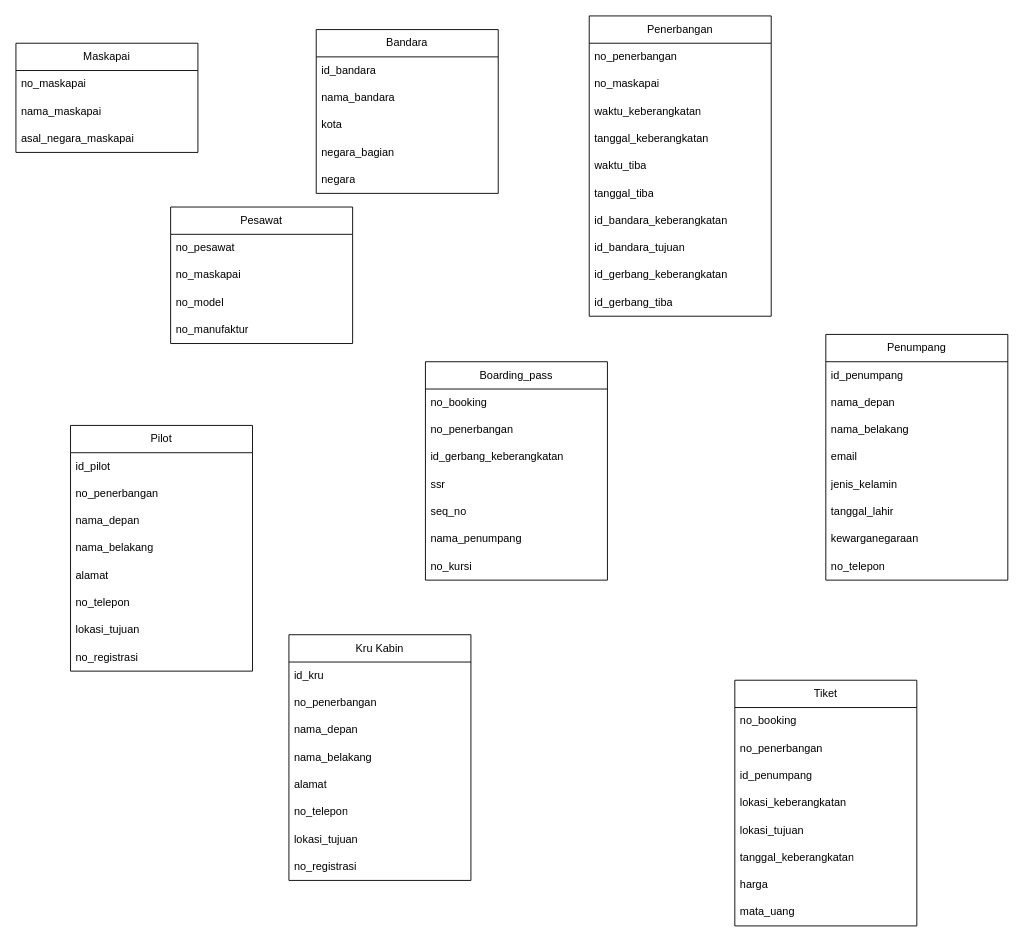
Above: ER Diagram/ADD.drawio in Edwin-Jaya/Data-Design-Analytics-Project (draw.io), before the change. Source tidied: cells renumbered, new cells numbered last; positions are measured from the earlier drawing's top-left corner, leaving out a move shared by most shapes. Both pictures are drawn from the tidied source at 91%, with x=0, y=0 at pixel (15, 15).
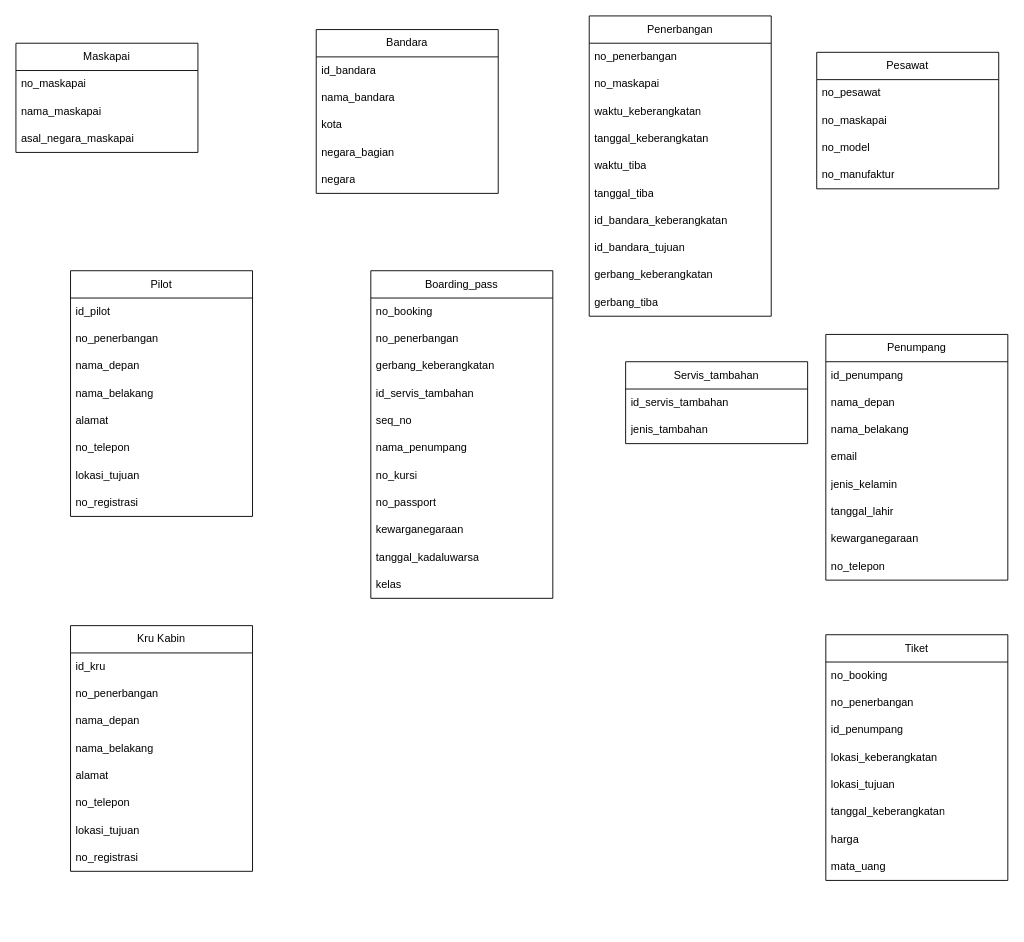
The same diagram, later.

The change refers to these unchanged cells:
```xml
<mxCell id="2" value="Penerbangan" style="swimlane;fontStyle=0;horizontal=1;startSize=30;whiteSpace=wrap;html=1;" parent="1" vertex="1">
  <mxGeometry x="630" width="200" height="330" as="geometry" />
</mxCell>
```

The edit, as a diff of the source:
```diff
@@
-    <mxCell id="11" value="id_gerbang_keberangkatan" style="text;strokeColor=none;fillColor=none;align=left;verticalAlign=middle;spacingLeft=4;spacingRight=4;overflow=hidden;whiteSpace=wrap;html=1;" parent="2" vertex="1">
+    <mxCell id="11" value="gerbang_keberangkatan" style="text;strokeColor=none;fillColor=none;align=left;verticalAlign=middle;spacingLeft=4;spacingRight=4;overflow=hidden;whiteSpace=wrap;html=1;" parent="2" vertex="1">
       <mxGeometry y="270" width="200" height="30" as="geometry" />
     </mxCell>
-    <mxCell id="12" value="id_gerbang_tiba" style="text;strokeColor=none;fillColor=none;align=left;verticalAlign=middle;spacingLeft=4;spacingRight=4;overflow=hidden;whiteSpace=wrap;html=1;" parent="2" vertex="1">
+    <mxCell id="12" value="gerbang_tiba" style="text;strokeColor=none;fillColor=none;align=left;verticalAlign=middle;spacingLeft=4;spacingRight=4;overflow=hidden;whiteSpace=wrap;html=1;" parent="2" vertex="1">
       <mxGeometry y="300" width="200" height="30" as="geometry" />
     </mxCell>
@@
     <mxCell id="22" value="Tiket" style="swimlane;fontStyle=0;horizontal=1;startSize=30;whiteSpace=wrap;html=1;" parent="1" vertex="1">
-      <mxGeometry x="790" y="730" width="200" height="270" as="geometry" />
+      <mxGeometry x="890" y="680" width="200" height="270" as="geometry" />
     </mxCell>
@@
     <mxCell id="35" value="Boarding_pass" style="swimlane;fontStyle=0;horizontal=1;startSize=30;whiteSpace=wrap;html=1;" parent="1" vertex="1">
-      <mxGeometry x="450" y="380" width="200" height="240" as="geometry" />
+      <mxGeometry x="390" y="280" width="200" height="360" as="geometry" />
     </mxCell>
@@
-    <mxCell id="38" value="id_gerbang_keberangkatan" style="text;strokeColor=none;fillColor=none;align=left;verticalAlign=middle;spacingLeft=4;spacingRight=4;overflow=hidden;whiteSpace=wrap;html=1;" parent="35" vertex="1">
+    <mxCell id="38" value="gerbang_keberangkatan" style="text;strokeColor=none;fillColor=none;align=left;verticalAlign=middle;spacingLeft=4;spacingRight=4;overflow=hidden;whiteSpace=wrap;html=1;" parent="35" vertex="1">
       <mxGeometry y="90" width="200" height="30" as="geometry" />
     </mxCell>
-    <mxCell id="39" value="ssr" style="text;strokeColor=none;fillColor=none;align=left;verticalAlign=middle;spacingLeft=4;spacingRight=4;overflow=hidden;whiteSpace=wrap;html=1;" parent="35" vertex="1">
+    <mxCell id="39" value="id_servis_tambahan" style="text;strokeColor=none;fillColor=none;align=left;verticalAlign=middle;spacingLeft=4;spacingRight=4;overflow=hidden;whiteSpace=wrap;html=1;" parent="35" vertex="1">
       <mxGeometry y="120" width="200" height="30" as="geometry" />
     </mxCell>
@@
+    <mxCell id="72" value="no_passport" style="text;strokeColor=none;fillColor=none;align=left;verticalAlign=middle;spacingLeft=4;spacingRight=4;overflow=hidden;whiteSpace=wrap;html=1;" parent="35" vertex="1">
+      <mxGeometry y="240" width="200" height="30" as="geometry" />
+    </mxCell>
+    <mxCell id="73" value="kewarganegaraan" style="text;strokeColor=none;fillColor=none;align=left;verticalAlign=middle;spacingLeft=4;spacingRight=4;overflow=hidden;whiteSpace=wrap;html=1;" parent="35" vertex="1">
+      <mxGeometry y="270" width="200" height="30" as="geometry" />
+    </mxCell>
+    <mxCell id="74" value="tanggal_kadaluwarsa" style="text;strokeColor=none;fillColor=none;align=left;verticalAlign=middle;spacingLeft=4;spacingRight=4;overflow=hidden;whiteSpace=wrap;html=1;" parent="35" vertex="1">
+      <mxGeometry y="300" width="200" height="30" as="geometry" />
+    </mxCell>
+    <mxCell id="75" value="kelas" style="text;strokeColor=none;fillColor=none;align=left;verticalAlign=middle;spacingLeft=4;spacingRight=4;overflow=hidden;whiteSpace=wrap;html=1;" parent="35" vertex="1">
+      <mxGeometry y="330" width="200" height="30" as="geometry" />
+    </mxCell>
     <mxCell id="43" value="Pilot" style="swimlane;fontStyle=0;horizontal=1;startSize=30;whiteSpace=wrap;html=1;" parent="1" vertex="1">
-      <mxGeometry x="60" y="450" width="200" height="270" as="geometry" />
+      <mxGeometry x="60" y="280" width="200" height="270" as="geometry" />
     </mxCell>
@@
     <mxCell id="52" value="Pesawat" style="swimlane;fontStyle=0;horizontal=1;startSize=30;whiteSpace=wrap;html=1;" parent="1" vertex="1">
-      <mxGeometry x="170" y="210" width="200" height="150" as="geometry" />
+      <mxGeometry x="880" y="40" width="200" height="150" as="geometry" />
     </mxCell>
@@
     <mxCell id="57" value="Kru Kabin" style="swimlane;fontStyle=0;horizontal=1;startSize=30;whiteSpace=wrap;html=1;" parent="1" vertex="1">
-      <mxGeometry x="300" y="680" width="200" height="270" as="geometry" />
+      <mxGeometry x="60" y="670" width="200" height="270" as="geometry" />
     </mxCell>
@@
+    <mxCell id="76" value="Servis_tambahan" style="swimlane;fontStyle=0;horizontal=1;startSize=30;whiteSpace=wrap;html=1;" parent="1" vertex="1">
+      <mxGeometry x="670" y="380" width="200" height="90" as="geometry" />
+    </mxCell>
+    <mxCell id="77" value="id_servis_tambahan" style="text;strokeColor=none;fillColor=none;align=left;verticalAlign=middle;spacingLeft=4;spacingRight=4;overflow=hidden;whiteSpace=wrap;html=1;" parent="76" vertex="1">
+      <mxGeometry y="30" width="200" height="30" as="geometry" />
+    </mxCell>
+    <mxCell id="78" value="jenis_tambahan" style="text;strokeColor=none;fillColor=none;align=left;verticalAlign=middle;spacingLeft=4;spacingRight=4;overflow=hidden;whiteSpace=wrap;html=1;" parent="76" vertex="1">
+      <mxGeometry y="60" width="200" height="30" as="geometry" />
+    </mxCell>
```
